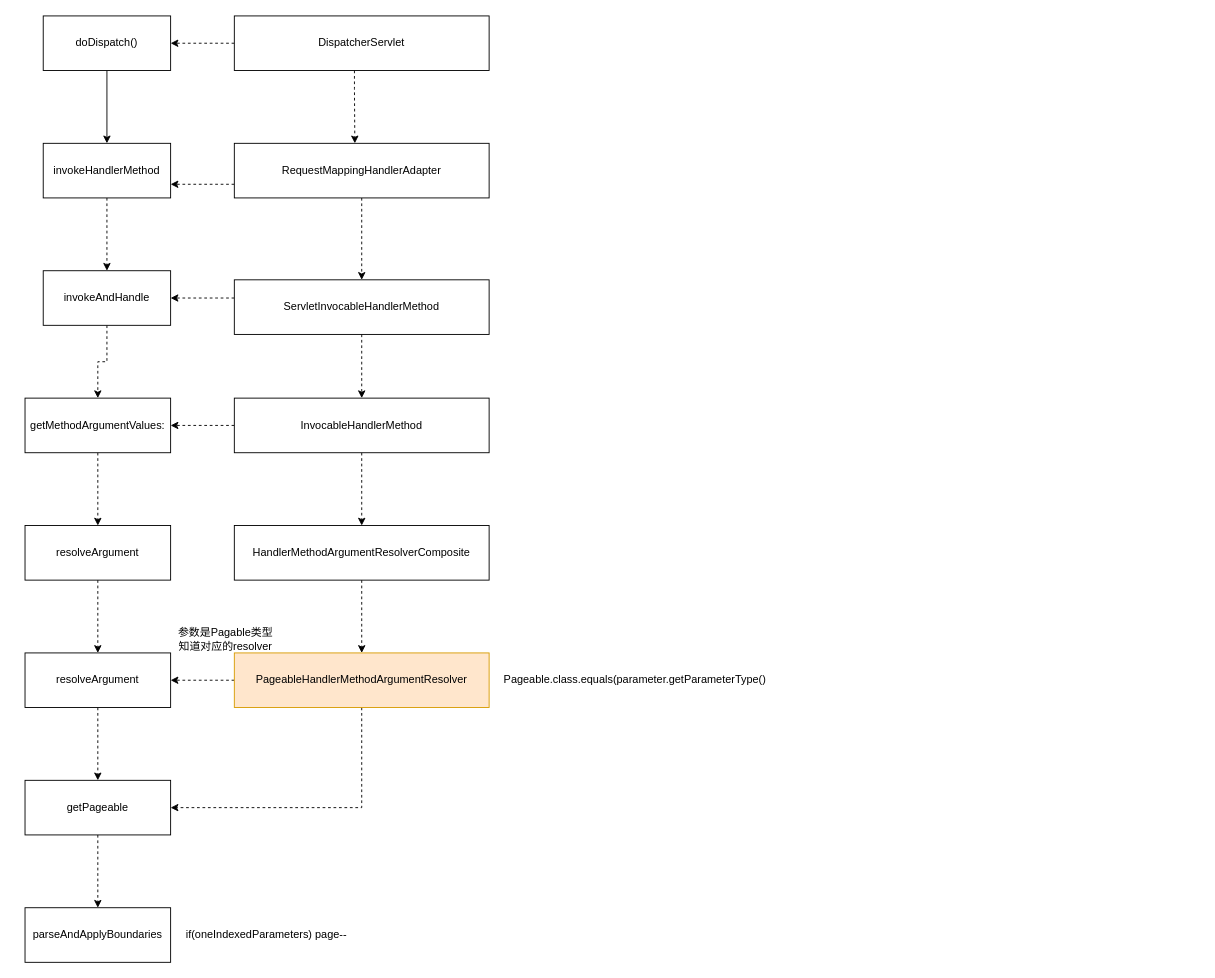
Earlier version of the draw.io diagram spring mvc.drawio (wang86924324/workstation). Source tidied: cells renumbered, new cells numbered last; positions are measured from the earlier drawing's top-left corner, leaving out a move shared by most shapes. Both pictures are drawn from the tidied source at 91%, with x=0, y=0 at pixel (25, 15).
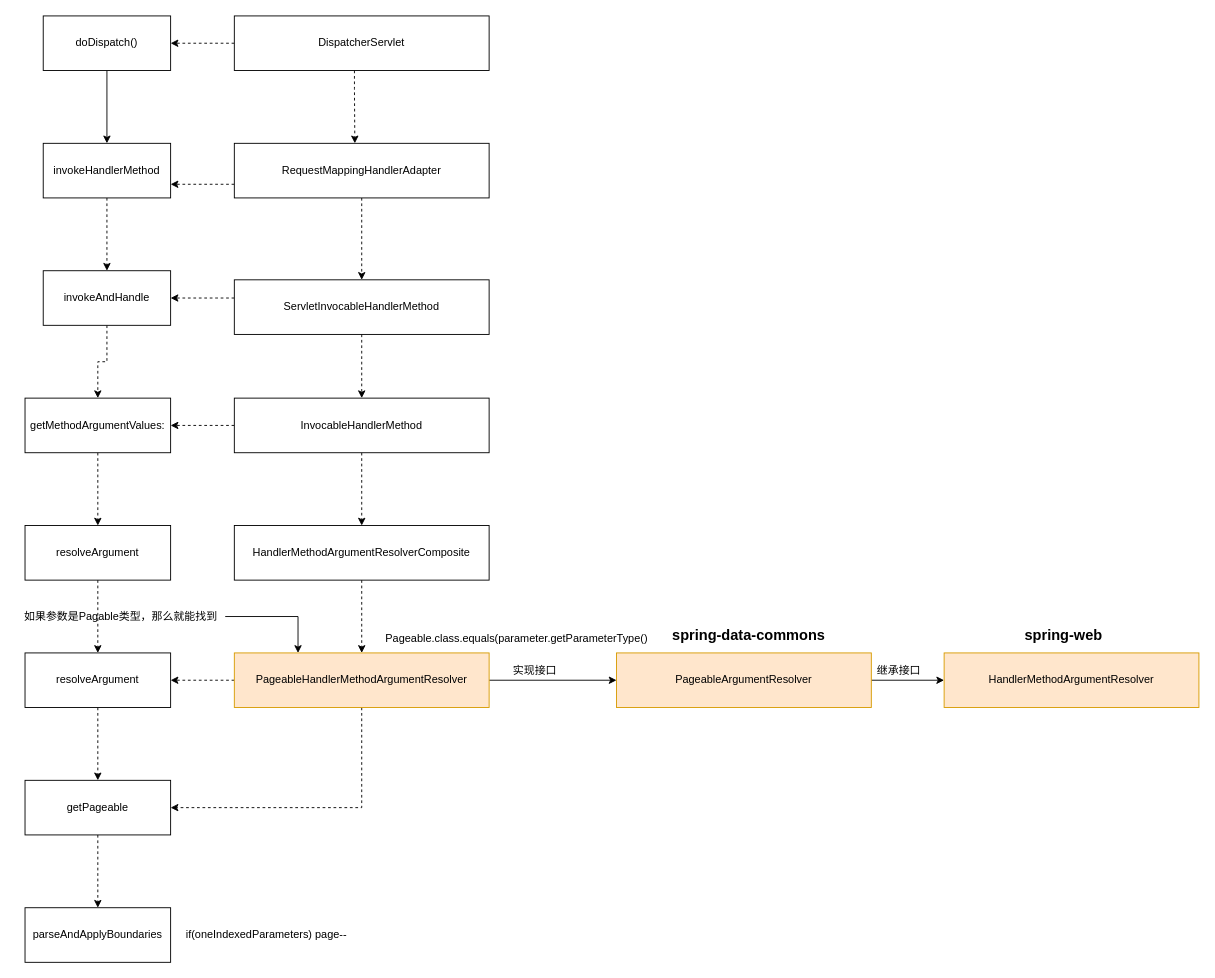
After the change.

The change refers to these unchanged cells:
```xml
<mxCell id="30" value="PageableHandlerMethodArgumentResolver" style="rounded=0;whiteSpace=wrap;html=1;fillColor=#ffe6cc;strokeColor=#d79b00;" parent="1" vertex="1">
  <mxGeometry x="230" y="700" width="280" height="60" as="geometry" />
</mxCell>
```

What changed in the source:
```diff
@@
+    <mxCell id="37" style="edgeStyle=orthogonalEdgeStyle;rounded=0;jettySize=auto;html=1;entryX=0;entryY=0.5;entryDx=0;entryDy=0;" parent="1" edge="1" source="30" target="40">
+      <mxGeometry relative="1" as="geometry" />
+    </mxCell>
@@
     <mxCell id="31" value="Pageable.class.equals(parameter.getParameterType()" style="text;html=1;align=center;verticalAlign=middle;strokeColor=none;" parent="1" vertex="1">
-      <mxGeometry x="520" y="720" width="300" height="20" as="geometry" />
+      <mxGeometry x="390" y="675" width="300" height="20" as="geometry" />
     </mxCell>
+    <mxCell id="38" style="edgeStyle=orthogonalEdgeStyle;rounded=0;jettySize=auto;html=1;entryX=0.25;entryY=0;entryDx=0;entryDy=0;fontSize=16;" parent="1" edge="1" source="32" target="30">
+      <mxGeometry relative="1" as="geometry" />
+    </mxCell>
-    <mxCell id="32" value="参数是Pagable类型&lt;br&gt;知道对应的resolver" style="text;html=1;align=center;verticalAlign=middle;points=[];strokeColor=none;" parent="1" vertex="1">
-      <mxGeometry x="160" y="670" width="120" height="30" as="geometry" />
+    <mxCell id="32" value="如果参数是Pagable类型，那么就能找到" style="text;html=1;align=center;verticalAlign=middle;points=[];strokeColor=none;" parent="1" vertex="1">
+      <mxGeometry x="-10" y="650" width="230" height="20" as="geometry" />
     </mxCell>
@@
+    <mxCell id="39" style="edgeStyle=orthogonalEdgeStyle;rounded=0;jettySize=auto;html=1;" parent="1" edge="1" source="40" target="43">
+      <mxGeometry relative="1" as="geometry" />
+    </mxCell>
+    <mxCell id="40" value="PageableArgumentResolver" style="rounded=0;whiteSpace=wrap;html=1;fillColor=#ffe6cc;strokeColor=#d79b00;" parent="1" vertex="1">
+      <mxGeometry x="650" y="700" width="280" height="60" as="geometry" />
+    </mxCell>
+    <mxCell id="41" value="实现接口" style="text;html=1;align=center;verticalAlign=middle;strokeColor=none;" parent="1" vertex="1">
+      <mxGeometry x="530" y="710" width="60" height="20" as="geometry" />
+    </mxCell>
+    <mxCell id="42" value="spring-data-commons" style="text;html=1;align=center;verticalAlign=middle;strokeColor=none;fontSize=16;fontStyle=1;" parent="1" vertex="1">
+      <mxGeometry x="705" y="670" width="180" height="20" as="geometry" />
+    </mxCell>
+    <mxCell id="43" value="HandlerMethodArgumentResolver" style="rounded=0;whiteSpace=wrap;html=1;fillColor=#ffe6cc;strokeColor=#d79b00;" parent="1" vertex="1">
+      <mxGeometry x="1010" y="700" width="280" height="60" as="geometry" />
+    </mxCell>
+    <mxCell id="44" value="继承接口" style="text;html=1;align=center;verticalAlign=middle;strokeColor=none;" parent="1" vertex="1">
+      <mxGeometry x="930" y="710" width="60" height="20" as="geometry" />
+    </mxCell>
+    <mxCell id="45" value="spring-web" style="text;html=1;align=center;verticalAlign=middle;strokeColor=none;fontSize=16;fontStyle=1;" parent="1" vertex="1">
+      <mxGeometry x="1091" y="670" width="100" height="20" as="geometry" />
+    </mxCell>
```
